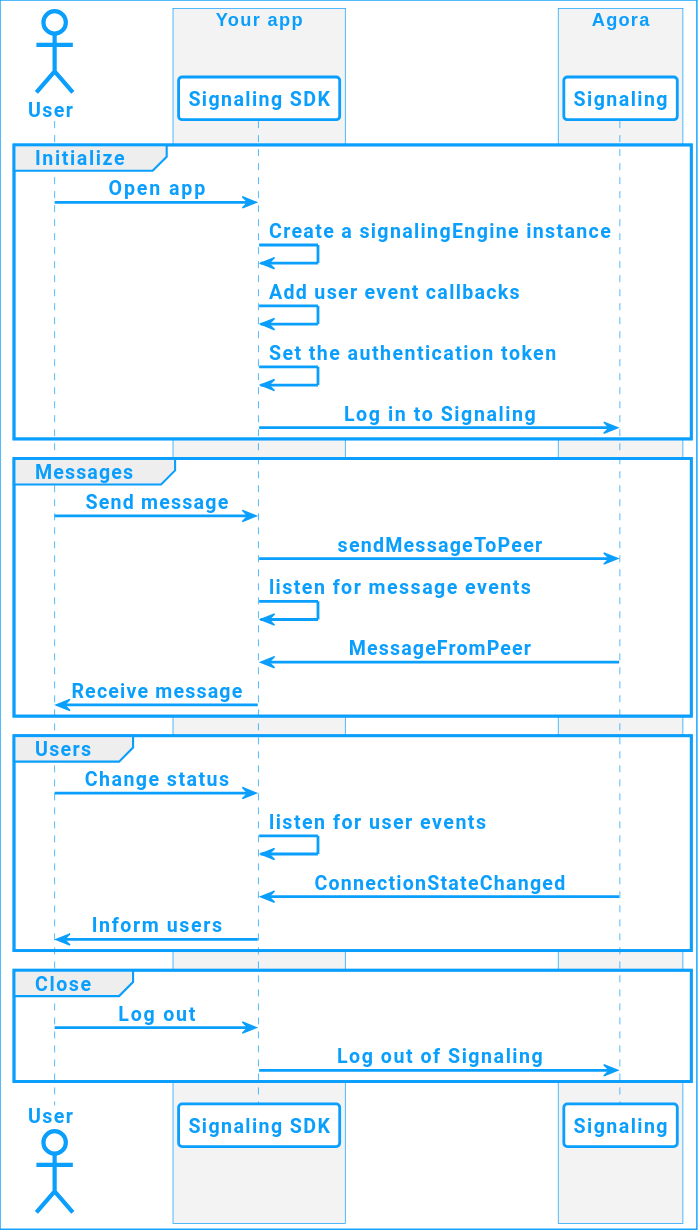
The PlantUML diagram assets/images/signaling/get-started-workflow.svg in AgoraIO/Docs-Source, before a commit. Source of this version:
```plantuml
@startuml
!include ../video-sdk/agora_skin.iuml

actor "User" as USR

box "Your app"
participant "Signaling SDK" as APP
end box

box "Agora"
participant "Signaling" as API
end box

group Initialize
USR -> APP: Open app
APP -> APP: Create a signalingEngine instance
APP -> APP: Add user event callbacks
APP -> APP: Set the authentication token
APP -> API: Log in to Signaling
end

group Messages

USR -> APP: Send message
APP -> API: sendMessageToPeer
APP -> APP: listen for message events
API -> APP: MessageFromPeer
APP -> USR: Receive message
end

group Users

USR -> APP: Change status
APP -> APP: listen for user events
API -> APP: ConnectionStateChanged
APP -> USR: Inform users

end

group Close
USR -> APP: Log out
APP -> API: Log out of Signaling
end
@enduml
```
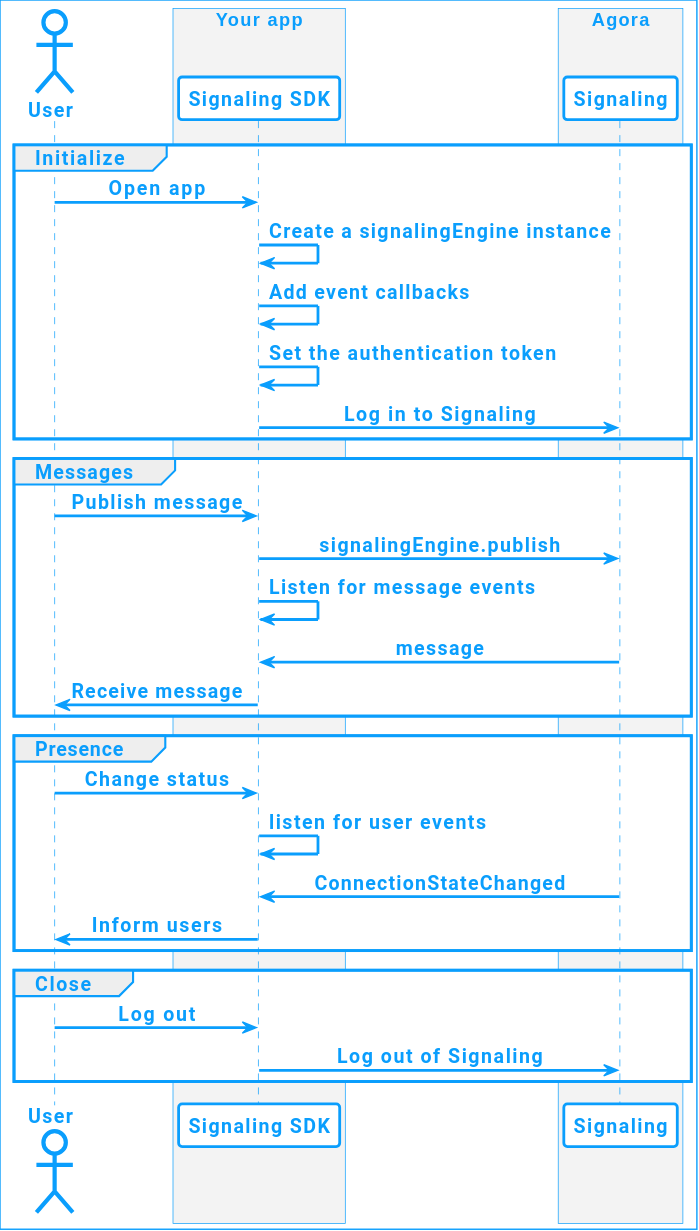
The same diagram one commit later.

Change to the diagram source:
```diff
@@ -14,21 +14,21 @@
 group Initialize
 USR -> APP: Open app
 APP -> APP: Create a signalingEngine instance
-APP -> APP: Add user event callbacks
+APP -> APP: Add event callbacks
 APP -> APP: Set the authentication token
 APP -> API: Log in to Signaling
 end
 
 group Messages
 
-USR -> APP: Send message
-APP -> API: sendMessageToPeer
-APP -> APP: listen for message events
-API -> APP: MessageFromPeer
+USR -> APP: Publish message
+APP -> API: signalingEngine.publish
+APP -> APP: Listen for message events
+API -> APP: message
 APP -> USR: Receive message
 end
 
-group Users
+group Presence
 
 USR -> APP: Change status
 APP -> APP: listen for user events
```
